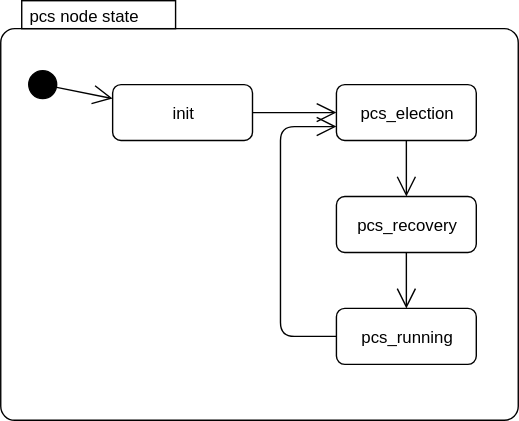
Earlier version of the draw.io export attachments/1670310960410.drawio.svg (simbahebinbo/smallfat.github.io). Source tidied: cells renumbered, new cells last; positions are measured from the earlier drawing's top-left corner, leaving out a move shared by most shapes.
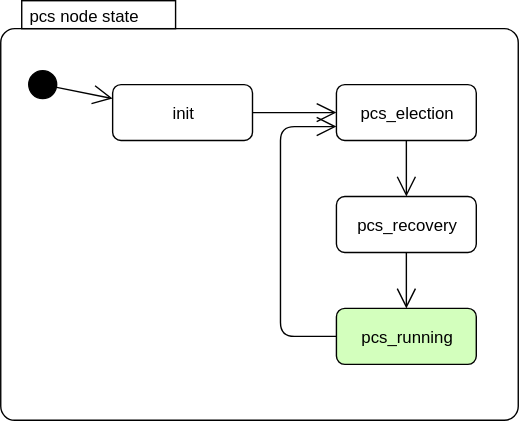
The same file after the commit.

Commit message:
添加附件 : attachments/1670310960410.drawio.svg

Diff of the diagram source:
```diff
@@ -23,7 +23,7 @@
     <mxCell id="8" value="pcs_recovery" style="strokeColor=inherit;fillColor=inherit;gradientColor=inherit;shape=rect;html=1;rounded=1;whiteSpace=wrap;align=center;" parent="2" vertex="1">
       <mxGeometry x="240" y="140" width="100" height="40" as="geometry" />
     </mxCell>
-    <mxCell id="9" value="pcs_running" style="strokeColor=inherit;fillColor=inherit;gradientColor=inherit;shape=rect;html=1;rounded=1;whiteSpace=wrap;align=center;" parent="2" vertex="1">
+    <mxCell id="9" value="pcs_running" style="strokeColor=inherit;fillColor=#D3FFBD;gradientColor=inherit;shape=rect;html=1;rounded=1;whiteSpace=wrap;align=center;" parent="2" vertex="1">
       <mxGeometry x="240" y="220" width="100" height="40" as="geometry" />
     </mxCell>
     <mxCell id="10" style="strokeColor=inherit;fillColor=inherit;gradientColor=inherit;edgeStyle=none;html=1;endArrow=open;endSize=12;exitX=0.5;exitY=1;exitDx=0;exitDy=0;entryX=0.5;entryY=0;entryDx=0;entryDy=0;" parent="2" edge="1" source="5" target="8">
```
